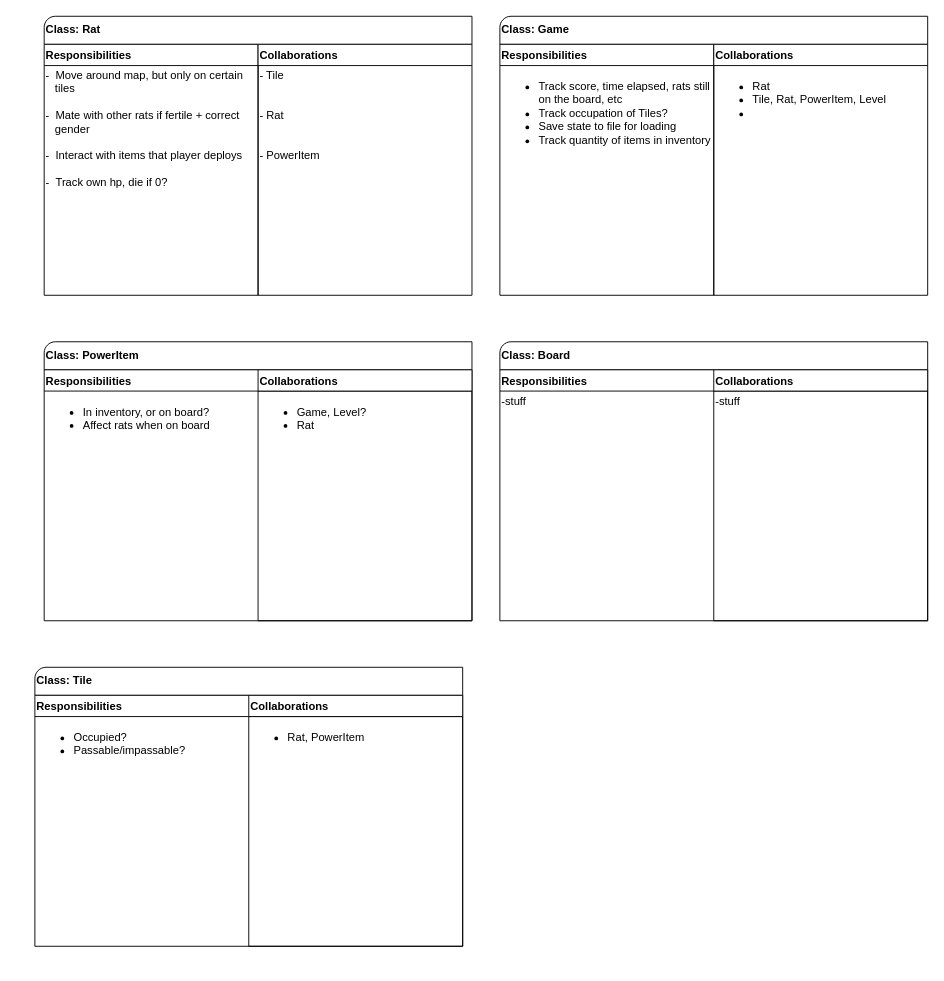
The draw.io diagram CRC.drawio in AngusJ98/Rats, before the edit. Source tidied: cells renumbered, new cells numbered last; positions are measured from the earlier drawing's top-left corner, leaving out a move shared by most shapes. Both pictures are drawn from the tidied source at 93%, with x=0, y=0 at pixel (34, 16).
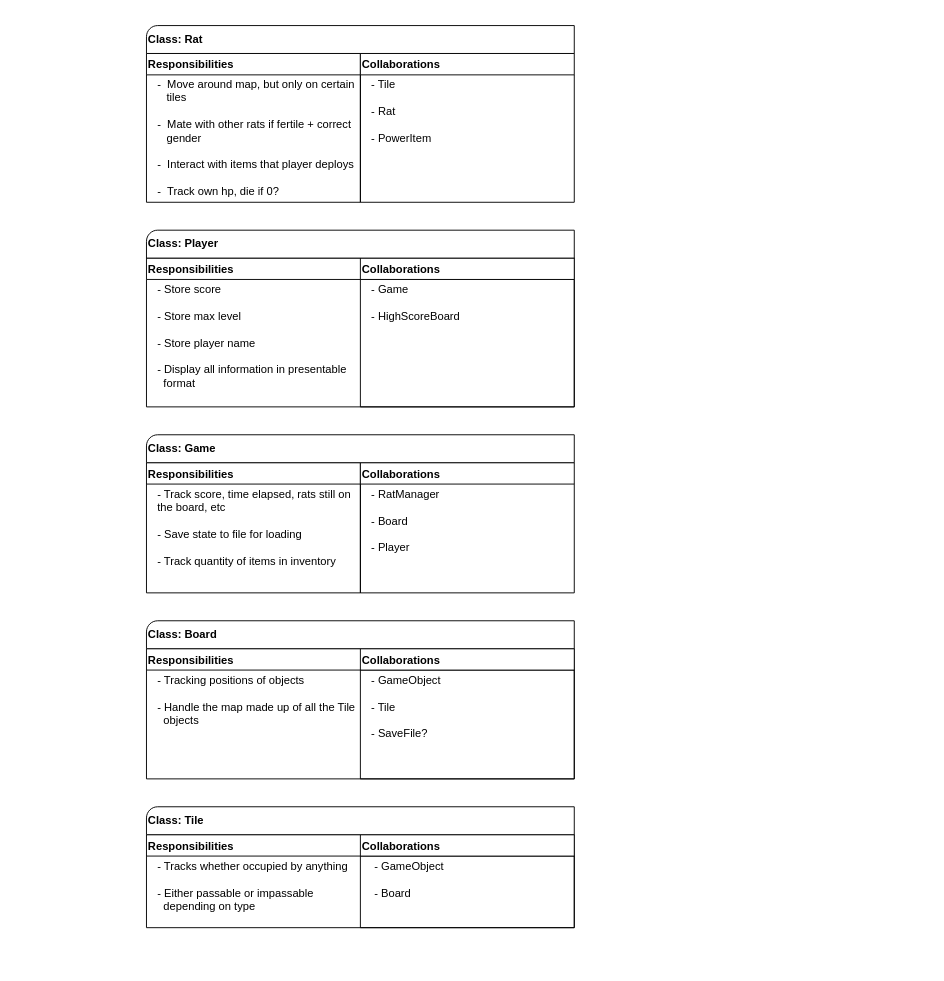
Above is the later version.

What changed in the source:
```diff
@@
-    <mxCell id="2" style="group;" parent="1" vertex="1">
-      <mxGeometry x="10" width="460" height="300" as="geometry" />
-    </mxCell>
-    <mxCell id="3" value="Responsibilities" style="swimlane;align=left;" parent="2" vertex="1">
-      <mxGeometry y="30" width="230" height="270" as="geometry" />
-    </mxCell>
-    <mxCell id="4" value="- &amp;nbsp;Move around map, but only on certain&lt;br&gt;&amp;nbsp; &amp;nbsp;tiles&lt;br&gt;&lt;br&gt;- &amp;nbsp;Mate with other rats if fertile + correct&lt;br&gt;&amp;nbsp; &amp;nbsp;gender&lt;br&gt;&lt;br&gt;- &amp;nbsp;Interact with items that player deploys&lt;br&gt;&lt;br&gt;- &amp;nbsp;Track own hp, die if 0?" style="text;html=1;strokeColor=none;fillColor=none;align=left;verticalAlign=top;whiteSpace=wrap;rounded=0;labelPosition=center;verticalLabelPosition=middle;" parent="3" vertex="1">
-      <mxGeometry y="20" width="230" height="250" as="geometry" />
-    </mxCell>
-    <mxCell id="5" value="Collaborations" style="swimlane;align=left;" parent="2" vertex="1">
-      <mxGeometry x="230" y="30" width="230" height="270" as="geometry" />
-    </mxCell>
-    <mxCell id="6" value="- Tile&lt;br&gt;&lt;br&gt;&lt;br&gt;- Rat&lt;br&gt;&lt;br&gt;&lt;br&gt;- PowerItem" style="text;html=1;strokeColor=none;fillColor=none;align=left;verticalAlign=top;whiteSpace=wrap;rounded=0;" parent="5" vertex="1">
-      <mxGeometry y="20" width="230" height="250" as="geometry" />
-    </mxCell>
-    <mxCell id="7" value="&lt;b&gt;Class: Rat&lt;/b&gt;" style="verticalLabelPosition=middle;verticalAlign=middle;html=1;shape=mxgraph.basic.corner_round_rect;dx=6;labelPosition=center;align=left;" parent="2" vertex="1">
-      <mxGeometry width="460" height="30" as="geometry" />
-    </mxCell>
     <mxCell id="8" style="group;" parent="1" vertex="1">
-      <mxGeometry x="10" y="350" width="460" height="300" as="geometry" />
+      <mxGeometry x="120" y="360" width="460" height="300" as="geometry" />
     </mxCell>
     <mxCell id="9" value="Responsibilities" style="swimlane;align=left;" parent="8" vertex="1">
-      <mxGeometry y="30" width="460" height="270" as="geometry" />
+      <mxGeometry y="-100" width="460" height="160" as="geometry" />
     </mxCell>
-    <mxCell id="10" value="&lt;ul&gt;&lt;li&gt;In inventory, or on board?&lt;/li&gt;&lt;li&gt;Affect rats when on board&lt;/li&gt;&lt;/ul&gt;" style="text;html=1;strokeColor=none;fillColor=none;align=left;verticalAlign=top;whiteSpace=wrap;rounded=0;labelPosition=center;verticalLabelPosition=middle;" parent="9" vertex="1">
-      <mxGeometry y="20" width="230" height="250" as="geometry" />
+    <mxCell id="10" value="&lt;div&gt;- Store score&lt;/div&gt;&lt;div&gt;&lt;br&gt;&lt;/div&gt;&lt;div&gt;- Store max level&lt;/div&gt;&lt;div&gt;&lt;br&gt;&lt;/div&gt;&lt;div&gt;- Store player name&lt;/div&gt;&lt;div&gt;&lt;br&gt;&lt;/div&gt;&lt;div&gt;- Display all information in presentable&lt;/div&gt;&lt;div&gt;&amp;nbsp; format&lt;/div&gt;" style="text;html=1;strokeColor=none;fillColor=none;align=left;verticalAlign=top;whiteSpace=wrap;rounded=0;labelPosition=center;verticalLabelPosition=middle;" parent="9" vertex="1">
+      <mxGeometry x="10" y="20" width="220" height="130" as="geometry" />
     </mxCell>
-    <mxCell id="11" value="&lt;ul&gt;&lt;li&gt;Game, Level?&lt;br&gt;&lt;/li&gt;&lt;li&gt;Rat&lt;/li&gt;&lt;/ul&gt;" style="text;html=1;strokeColor=none;fillColor=none;align=left;verticalAlign=top;whiteSpace=wrap;rounded=0;" parent="9" vertex="1">
-      <mxGeometry x="230" y="20" width="230" height="250" as="geometry" />
+    <mxCell id="11" value="&lt;div&gt;- Game&lt;/div&gt;&lt;div&gt;&lt;br&gt;&lt;/div&gt;&lt;div&gt;- HighScoreBoard&lt;/div&gt;" style="text;html=1;strokeColor=none;fillColor=none;align=left;verticalAlign=top;whiteSpace=wrap;rounded=0;" parent="9" vertex="1">
+      <mxGeometry x="240" y="20" width="220" height="140" as="geometry" />
     </mxCell>
     <mxCell id="12" value="Collaborations" style="swimlane;align=left;" parent="8" vertex="1">
-      <mxGeometry x="230" y="30" width="230" height="270" as="geometry" />
+      <mxGeometry x="230" y="-100" width="230" height="160" as="geometry" />
     </mxCell>
-    <mxCell id="13" value="&lt;b&gt;Class: PowerItem&lt;/b&gt;" style="verticalLabelPosition=middle;verticalAlign=middle;html=1;shape=mxgraph.basic.corner_round_rect;dx=6;labelPosition=center;align=left;" parent="8" vertex="1">
-      <mxGeometry width="460" height="30" as="geometry" />
+    <mxCell id="13" value="&lt;b&gt;Class: Player&lt;/b&gt;" style="verticalLabelPosition=middle;verticalAlign=middle;html=1;shape=mxgraph.basic.corner_round_rect;dx=6;labelPosition=center;align=left;" parent="8" vertex="1">
+      <mxGeometry y="-130" width="460" height="30" as="geometry" />
     </mxCell>
+    <mxCell id="21" value="Responsibilities" style="swimlane;align=left;" parent="8" vertex="1">
+      <mxGeometry y="120" width="230" height="140" as="geometry" />
+    </mxCell>
+    <mxCell id="22" value="Collaborations" style="swimlane;align=left;" parent="8" vertex="1">
+      <mxGeometry x="230" y="120" width="230" height="140" as="geometry" />
+    </mxCell>
+    <mxCell id="23" value="- Track score, time elapsed, rats still on the board, etc&lt;br&gt;&lt;br&gt;- Save state to file for loading&lt;br&gt;&lt;br&gt;- Track quantity of items in inventory" style="text;html=1;strokeColor=none;fillColor=none;align=left;verticalAlign=top;whiteSpace=wrap;rounded=0;labelPosition=center;verticalLabelPosition=middle;" parent="22" vertex="1">
+      <mxGeometry x="-220" y="20" width="220" height="110" as="geometry" />
+    </mxCell>
+    <mxCell id="24" value="- RatManager&lt;br&gt;&amp;nbsp;&lt;br&gt;- Board&lt;br&gt;&lt;br&gt;- Player" style="text;html=1;strokeColor=none;fillColor=none;align=left;verticalAlign=top;whiteSpace=wrap;rounded=0;" parent="22" vertex="1">
+      <mxGeometry x="10" y="20" width="220" height="100" as="geometry" />
+    </mxCell>
+    <mxCell id="25" value="&lt;b&gt;Class: Game&lt;/b&gt;" style="verticalLabelPosition=middle;verticalAlign=middle;html=1;shape=mxgraph.basic.corner_round_rect;dx=6;labelPosition=center;align=left;" parent="8" vertex="1">
+      <mxGeometry y="90" width="460" height="30" as="geometry" />
+    </mxCell>
     <mxCell id="14" style="group;" parent="1" vertex="1">
-      <mxGeometry y="700" width="460" height="300" as="geometry" />
+      <mxGeometry x="-20" y="720" width="490" height="300" as="geometry" />
     </mxCell>
     <mxCell id="15" value="Responsibilities" style="swimlane;align=left;" parent="14" vertex="1">
-      <mxGeometry y="30" width="460" height="270" as="geometry" />
+      <mxGeometry x="140" y="160" width="460" height="100" as="geometry" />
     </mxCell>
-    <mxCell id="16" value="&lt;ul&gt;&lt;li&gt;Occupied?&lt;br&gt;&lt;/li&gt;&lt;li&gt;Passable/impassable?&lt;/li&gt;&lt;/ul&gt;" style="text;html=1;strokeColor=none;fillColor=none;align=left;verticalAlign=top;whiteSpace=wrap;rounded=0;labelPosition=center;verticalLabelPosition=middle;" parent="15" vertex="1">
-      <mxGeometry y="20" width="230" height="250" as="geometry" />
+    <mxCell id="16" value="- Tracks whether occupied by anything&lt;br&gt;&lt;br&gt;- Either passable or impassable&lt;br&gt;&amp;nbsp; depending on type" style="text;html=1;strokeColor=none;fillColor=none;align=left;verticalAlign=top;whiteSpace=wrap;rounded=0;labelPosition=center;verticalLabelPosition=middle;" parent="15" vertex="1">
+      <mxGeometry x="10" y="20" width="220" height="80" as="geometry" />
     </mxCell>
-    <mxCell id="17" value="&lt;ul&gt;&lt;li&gt;Rat, PowerItem&lt;br&gt;&lt;/li&gt;&lt;/ul&gt;" style="text;html=1;strokeColor=none;fillColor=none;align=left;verticalAlign=top;whiteSpace=wrap;rounded=0;" parent="15" vertex="1">
-      <mxGeometry x="230" y="20" width="230" height="250" as="geometry" />
+    <mxCell id="17" value="&lt;div&gt;&amp;nbsp;- GameObject&lt;/div&gt;&lt;div&gt;&amp;nbsp;&lt;/div&gt;&lt;div&gt;&amp;nbsp;- Board&lt;/div&gt;" style="text;html=1;strokeColor=none;fillColor=none;align=left;verticalAlign=top;whiteSpace=wrap;rounded=0;" parent="15" vertex="1">
+      <mxGeometry x="240" y="20" width="220" height="80" as="geometry" />
     </mxCell>
     <mxCell id="18" value="Collaborations" style="swimlane;align=left;" parent="14" vertex="1">
-      <mxGeometry x="230" y="30" width="230" height="270" as="geometry" />
+      <mxGeometry x="370" y="160" width="230" height="100" as="geometry" />
     </mxCell>
     <mxCell id="19" value="&lt;b&gt;Class: Tile&lt;/b&gt;" style="verticalLabelPosition=middle;verticalAlign=middle;html=1;shape=mxgraph.basic.corner_round_rect;dx=6;labelPosition=center;align=left;" parent="14" vertex="1">
-      <mxGeometry width="460" height="30" as="geometry" />
+      <mxGeometry x="140" y="130" width="460" height="30" as="geometry" />
     </mxCell>
-    <mxCell id="20" style="group;" parent="1" vertex="1">
-      <mxGeometry x="500" width="460" height="300" as="geometry" />
-    </mxCell>
-    <mxCell id="21" value="Responsibilities" style="swimlane;align=left;" parent="20" vertex="1">
-      <mxGeometry y="30" width="230" height="270" as="geometry" />
-    </mxCell>
-    <mxCell id="22" value="Collaborations" style="swimlane;align=left;" parent="20" vertex="1">
-      <mxGeometry x="230" y="30" width="230" height="270" as="geometry" />
-    </mxCell>
-    <mxCell id="23" value="&lt;ul&gt;&lt;li&gt;Track score, time elapsed, rats still on the board, etc&lt;/li&gt;&lt;li&gt;Track occupation of Tiles?&lt;/li&gt;&lt;li&gt;Save state to file for loading&lt;/li&gt;&lt;li&gt;Track quantity of items in inventory&lt;/li&gt;&lt;/ul&gt;" style="text;html=1;strokeColor=none;fillColor=none;align=left;verticalAlign=top;whiteSpace=wrap;rounded=0;labelPosition=center;verticalLabelPosition=middle;" parent="22" vertex="1">
-      <mxGeometry x="-230" y="20" width="230" height="250" as="geometry" />
-    </mxCell>
-    <mxCell id="24" value="&lt;ul&gt;&lt;li&gt;Rat&lt;/li&gt;&lt;li&gt;Tile, Rat, PowerItem, Level&lt;br&gt;&lt;/li&gt;&lt;li&gt;&lt;br&gt;&lt;/li&gt;&lt;/ul&gt;" style="text;html=1;strokeColor=none;fillColor=none;align=left;verticalAlign=top;whiteSpace=wrap;rounded=0;" parent="22" vertex="1">
-      <mxGeometry y="20" width="230" height="250" as="geometry" />
-    </mxCell>
-    <mxCell id="25" value="&lt;b&gt;Class: Game&lt;/b&gt;" style="verticalLabelPosition=middle;verticalAlign=middle;html=1;shape=mxgraph.basic.corner_round_rect;dx=6;labelPosition=center;align=left;" parent="20" vertex="1">
-      <mxGeometry width="460" height="30" as="geometry" />
-    </mxCell>
-    <mxCell id="26" style="group;" parent="1" vertex="1">
-      <mxGeometry x="500" y="350" width="460" height="300" as="geometry" />
-    </mxCell>
-    <mxCell id="27" value="Responsibilities" style="swimlane;align=left;" parent="26" vertex="1">
-      <mxGeometry y="30" width="460" height="270" as="geometry" />
+    <mxCell id="27" value="Responsibilities" style="swimlane;align=left;" parent="14" vertex="1">
+      <mxGeometry x="140" y="-40" width="460" height="140" as="geometry" />
     </mxCell>
-    <mxCell id="28" value="-stuff" style="text;html=1;strokeColor=none;fillColor=none;align=left;verticalAlign=top;whiteSpace=wrap;rounded=0;labelPosition=center;verticalLabelPosition=middle;" parent="27" vertex="1">
-      <mxGeometry y="20" width="230" height="250" as="geometry" />
+    <mxCell id="28" value="- Tracking positions of objects&lt;br&gt;&lt;br&gt;- Handle the map made up of all the Tile&lt;br&gt;&amp;nbsp; objects" style="text;html=1;strokeColor=none;fillColor=none;align=left;verticalAlign=top;whiteSpace=wrap;rounded=0;labelPosition=center;verticalLabelPosition=middle;" parent="27" vertex="1">
+      <mxGeometry x="10" y="20" width="220" height="120" as="geometry" />
     </mxCell>
-    <mxCell id="29" value="-stuff" style="text;html=1;strokeColor=none;fillColor=none;align=left;verticalAlign=top;whiteSpace=wrap;rounded=0;" parent="27" vertex="1">
-      <mxGeometry x="230" y="20" width="230" height="250" as="geometry" />
+    <mxCell id="29" value="- GameObject&lt;br&gt;&lt;br&gt;- Tile&lt;br&gt;&lt;br&gt;- SaveFile?" style="text;html=1;strokeColor=none;fillColor=none;align=left;verticalAlign=top;whiteSpace=wrap;rounded=0;" parent="27" vertex="1">
+      <mxGeometry x="240" y="20" width="220" height="120" as="geometry" />
     </mxCell>
-    <mxCell id="30" value="Collaborations" style="swimlane;align=left;" parent="26" vertex="1">
-      <mxGeometry x="230" y="30" width="230" height="270" as="geometry" />
+    <mxCell id="30" value="Collaborations" style="swimlane;align=left;" parent="14" vertex="1">
+      <mxGeometry x="370" y="-40" width="230" height="140" as="geometry" />
     </mxCell>
-    <mxCell id="31" value="&lt;b&gt;Class: Board&lt;/b&gt;" style="verticalLabelPosition=middle;verticalAlign=middle;html=1;shape=mxgraph.basic.corner_round_rect;dx=6;labelPosition=center;align=left;" parent="26" vertex="1">
-      <mxGeometry width="460" height="30" as="geometry" />
+    <mxCell id="31" value="&lt;b&gt;Class: Board&lt;/b&gt;" style="verticalLabelPosition=middle;verticalAlign=middle;html=1;shape=mxgraph.basic.corner_round_rect;dx=6;labelPosition=center;align=left;" parent="14" vertex="1">
+      <mxGeometry x="140" y="-70" width="460" height="30" as="geometry" />
     </mxCell>
+    <mxCell id="3" value="Responsibilities" style="swimlane;align=left;" parent="1" vertex="1">
+      <mxGeometry x="120" y="40" width="230" height="160" as="geometry" />
+    </mxCell>
+    <mxCell id="4" value="- &amp;nbsp;Move around map, but only on certain&lt;br&gt;&amp;nbsp; &amp;nbsp;tiles&lt;br&gt;&lt;br&gt;- &amp;nbsp;Mate with other rats if fertile + correct&lt;br&gt;&amp;nbsp; &amp;nbsp;gender&lt;br&gt;&lt;br&gt;- &amp;nbsp;Interact with items that player deploys&lt;br&gt;&lt;br&gt;- &amp;nbsp;Track own hp, die if 0?" style="text;html=1;strokeColor=none;fillColor=none;align=left;verticalAlign=top;whiteSpace=wrap;rounded=0;labelPosition=center;verticalLabelPosition=middle;" parent="3" vertex="1">
+      <mxGeometry x="10" y="20" width="220" height="130" as="geometry" />
+    </mxCell>
+    <mxCell id="5" value="Collaborations" style="swimlane;align=left;" parent="1" vertex="1">
+      <mxGeometry x="350" y="40" width="230" height="160" as="geometry" />
+    </mxCell>
+    <mxCell id="6" value="- Tile&lt;br&gt;&lt;br&gt;- Rat&lt;br&gt;&lt;br&gt;- PowerItem" style="text;html=1;strokeColor=none;fillColor=none;align=left;verticalAlign=top;whiteSpace=wrap;rounded=0;" parent="5" vertex="1">
+      <mxGeometry x="10" y="20" width="220" height="140" as="geometry" />
+    </mxCell>
+    <mxCell id="7" value="&lt;b&gt;Class: Rat&lt;/b&gt;" style="verticalLabelPosition=middle;verticalAlign=middle;html=1;shape=mxgraph.basic.corner_round_rect;dx=6;labelPosition=center;align=left;" parent="1" vertex="1">
+      <mxGeometry x="120" y="10" width="460" height="30" as="geometry" />
+    </mxCell>
```
